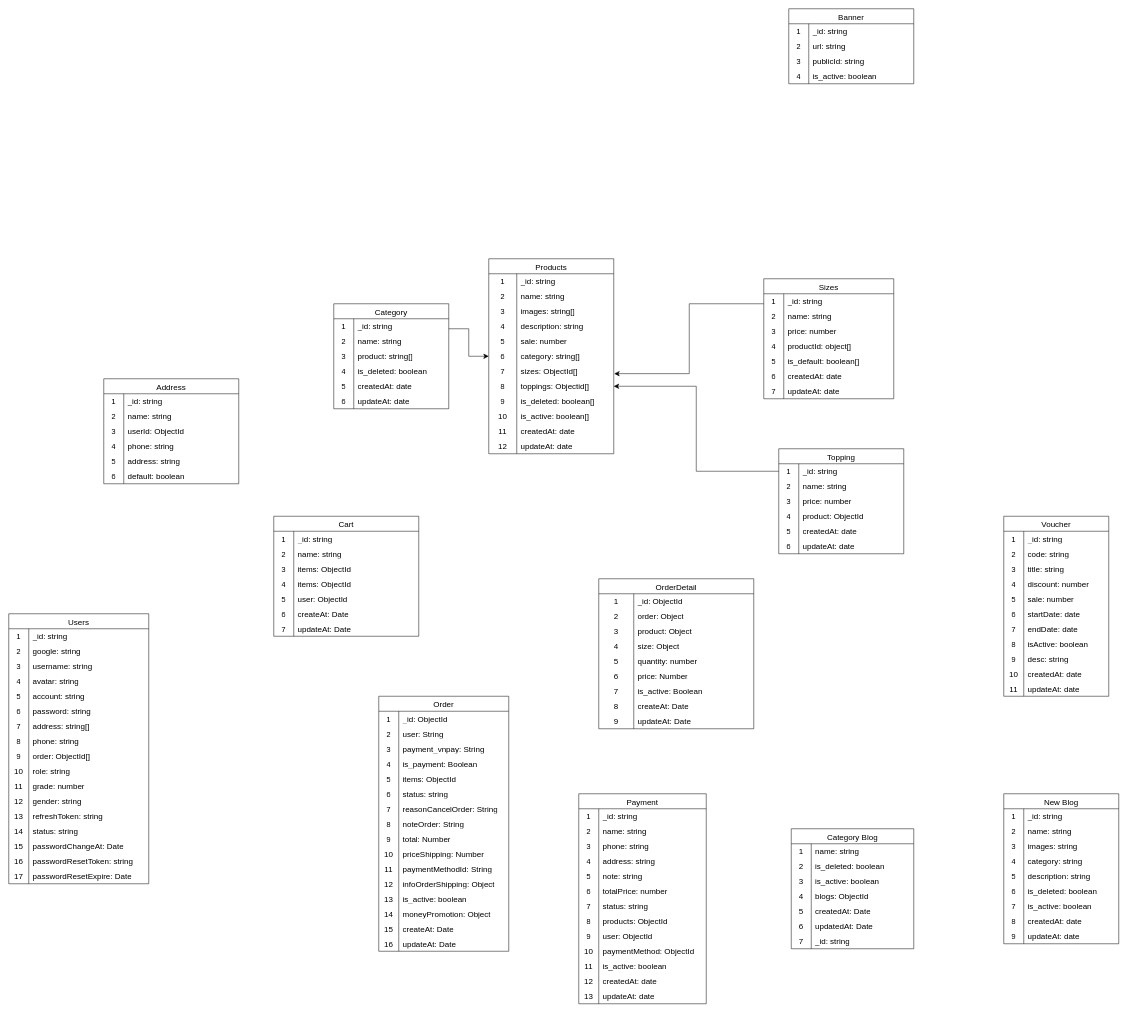
Before: da.drawio in dangtienhung/datn-admin-quan-ly-cua-hang, a draw.io diagram. Source tidied: cells renumbered, new cells numbered last; positions are measured from the earlier drawing's top-left corner, leaving out a move shared by most shapes. Both pictures are drawn from the tidied source at 50%, with x=0, y=0 at pixel (8, 8).
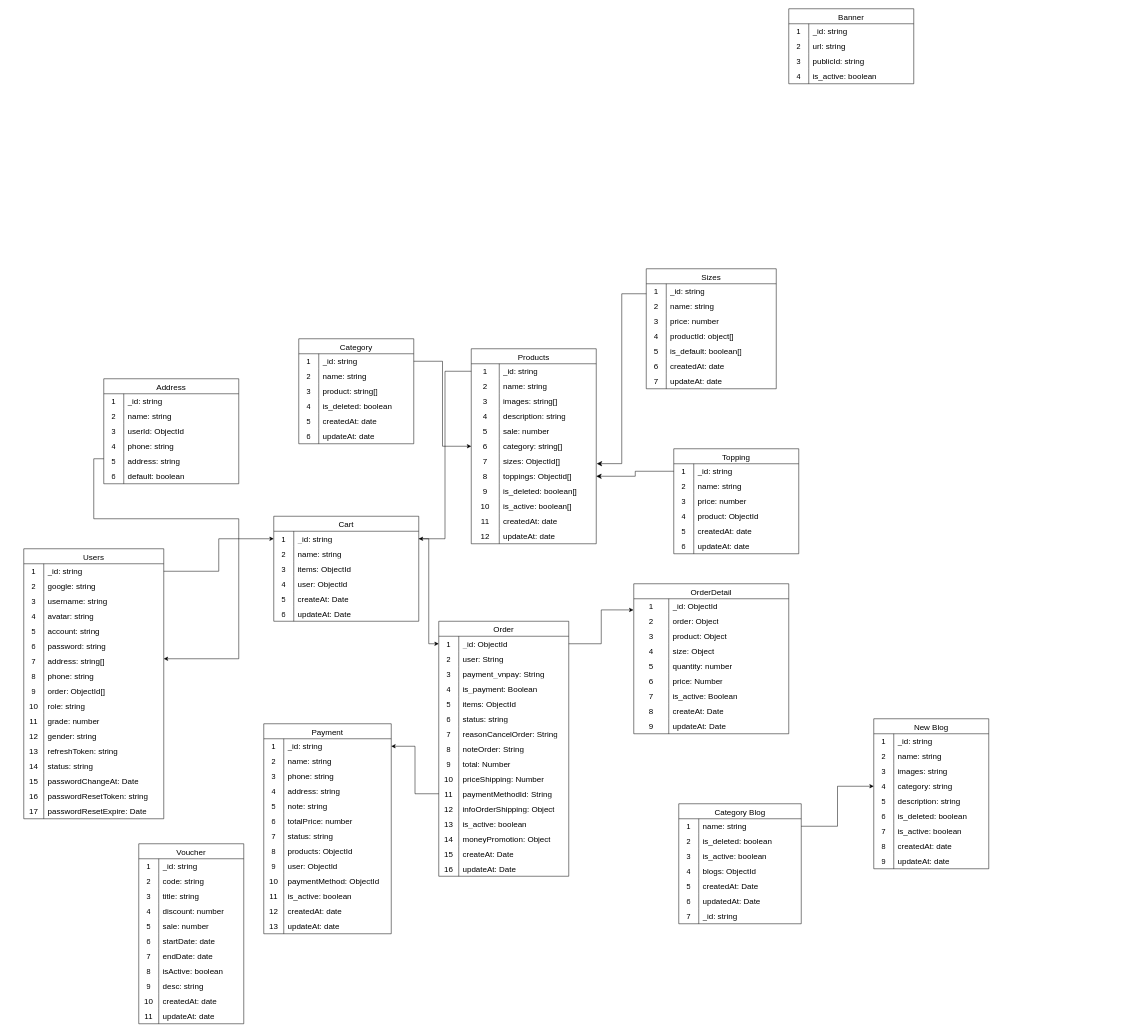
Above is the later version.

Commit message:
nối các quan hệ các bảng vào với nhau

The change refers to these unchanged cells:
```xml
<mxCell id="3" style="shape=tableRow;horizontal=0;startSize=0;swimlaneHead=0;swimlaneBody=0;top=0;left=0;bottom=0;right=0;fillColor=none;points=[[0,0.5],[1,0.5]];portConstraint=eastwest;strokeColor=inherit;fontSize=16;" parent="2" vertex="1">
  <mxGeometry y="30" width="230" height="30" as="geometry" />
</mxCell>
<mxCell id="22" style="shape=tableRow;horizontal=0;startSize=0;swimlaneHead=0;swimlaneBody=0;top=0;left=0;bottom=0;right=0;fillColor=none;points=[[0,0.5],[1,0.5]];portConstraint=eastwest;strokeColor=inherit;fontSize=16;" parent="21" vertex="1">
  <mxGeometry y="30" width="250" height="30" as="geometry" />
</mxCell>
<mxCell id="37" style="shape=tableRow;horizontal=0;startSize=0;swimlaneHead=0;swimlaneBody=0;top=0;left=0;bottom=0;right=0;fillColor=none;points=[[0,0.5],[1,0.5]];portConstraint=eastwest;strokeColor=inherit;fontSize=16;" parent="21" vertex="1">
  <mxGeometry y="180" width="250" height="30" as="geometry" />
</mxCell>
<mxCell id="103" style="shape=tableRow;horizontal=0;startSize=0;swimlaneHead=0;swimlaneBody=0;top=0;left=0;bottom=0;right=0;fillColor=none;points=[[0,0.5],[1,0.5]];portConstraint=eastwest;strokeColor=inherit;fontSize=16;" parent="102" vertex="1">
  <mxGeometry y="30" width="280" height="30" as="geometry" />
</mxCell>
<mxCell id="187" style="shape=tableRow;horizontal=0;startSize=0;swimlaneHead=0;swimlaneBody=0;top=0;left=0;bottom=0;right=0;fillColor=none;points=[[0,0.5],[1,0.5]];portConstraint=eastwest;strokeColor=inherit;fontSize=16;" parent="186" vertex="1">
  <mxGeometry y="30" width="290" height="30" as="geometry" />
</mxCell>
<mxCell id="209" style="shape=tableRow;horizontal=0;startSize=0;swimlaneHead=0;swimlaneBody=0;top=0;left=0;bottom=0;right=0;fillColor=none;points=[[0,0.5],[1,0.5]];portConstraint=eastwest;strokeColor=inherit;fontSize=16;" parent="208" vertex="1">
  <mxGeometry y="30" width="245" height="30" as="geometry" />
</mxCell>
<mxCell id="240" style="shape=tableRow;horizontal=0;startSize=0;swimlaneHead=0;swimlaneBody=0;top=0;left=0;bottom=0;right=0;fillColor=none;points=[[0,0.5],[1,0.5]];portConstraint=eastwest;strokeColor=inherit;fontSize=16;" parent="230" vertex="1">
  <mxGeometry y="120" width="230" height="30" as="geometry" />
</mxCell>
<mxCell id="259" style="shape=tableRow;horizontal=0;startSize=0;swimlaneHead=0;swimlaneBody=0;top=0;left=0;bottom=0;right=0;fillColor=none;points=[[0,0.5],[1,0.5]];portConstraint=eastwest;strokeColor=inherit;fontSize=16;" parent="258" vertex="1">
  <mxGeometry y="30" width="255" height="30" as="geometry" />
</mxCell>
<mxCell id="333" style="shape=tableRow;horizontal=0;startSize=0;swimlaneHead=0;swimlaneBody=0;top=0;left=0;bottom=0;right=0;fillColor=none;points=[[0,0.5],[1,0.5]];portConstraint=eastwest;strokeColor=inherit;fontSize=16;" parent="332" vertex="1">
  <mxGeometry y="30" width="260" height="30" as="geometry" />
</mxCell>
<mxCell id="363" style="shape=tableRow;horizontal=0;startSize=0;swimlaneHead=0;swimlaneBody=0;top=0;left=0;bottom=0;right=0;fillColor=none;points=[[0,0.5],[1,0.5]];portConstraint=eastwest;strokeColor=inherit;fontSize=16;" parent="332" vertex="1">
  <mxGeometry y="330" width="260" height="30" as="geometry" />
</mxCell>
<mxCell id="385" style="shape=tableRow;horizontal=0;startSize=0;swimlaneHead=0;swimlaneBody=0;top=0;left=0;bottom=0;right=0;fillColor=none;points=[[0,0.5],[1,0.5]];portConstraint=eastwest;strokeColor=inherit;fontSize=16;" parent="381" vertex="1">
  <mxGeometry y="60" width="310" height="30" as="geometry" />
</mxCell>
```

Diff of the diagram source:
```diff
@@
     <mxCell id="2" value="Category" style="shape=table;startSize=30;childLayout=tableLayout;rowLines=0;fontStyle=0;strokeColor=default;fontSize=16;" parent="1" vertex="1">
-      <mxGeometry x="650" y="590" width="230" height="210" as="geometry" />
+      <mxGeometry x="580" y="660" width="230" height="210" as="geometry" />
     </mxCell>
@@
     <mxCell id="21" value="Products" style="shape=table;startSize=30;childLayout=tableLayout;rowLines=0;fontStyle=0;strokeColor=default;fontSize=16;" parent="1" vertex="1">
-      <mxGeometry x="960" y="500" width="250" height="390" as="geometry" />
+      <mxGeometry x="925" y="680" width="250" height="390" as="geometry" />
     </mxCell>
@@
     <mxCell id="58" value="Sizes" style="shape=table;startSize=30;childLayout=tableLayout;rowLines=0;fontStyle=0;strokeColor=default;fontSize=16;" parent="1" vertex="1">
-      <mxGeometry x="1510" y="540" width="260" height="240" as="geometry" />
+      <mxGeometry x="1275" y="520" width="260" height="240" as="geometry" />
     </mxCell>
@@
     <mxCell id="80" value="Topping" style="shape=table;startSize=30;childLayout=tableLayout;rowLines=0;fontStyle=0;strokeColor=default;fontSize=16;" parent="1" vertex="1">
-      <mxGeometry x="1540" y="880" width="250" height="210" as="geometry" />
+      <mxGeometry x="1330" y="880" width="250" height="210" as="geometry" />
     </mxCell>
@@
-    <mxCell id="99" style="edgeStyle=elbowEdgeStyle;elbow=horizontal;endArrow=classic;html=1;curved=0;rounded=0;endSize=8;startSize=8;entryX=0;entryY=0.5;entryDx=0;entryDy=0;" parent="1" edge="1" target="37">
-      <mxGeometry relative="1" as="geometry">
-        <mxPoint x="880" y="640" as="sourcePoint" />
-      </mxGeometry>
-    </mxCell>
@@
     <mxCell id="102" value="Users" style="shape=table;startSize=30;childLayout=tableLayout;rowLines=0;fontStyle=0;strokeColor=default;fontSize=16;" parent="1" vertex="1">
-      <mxGeometry y="1210" width="280" height="540" as="geometry" />
+      <mxGeometry x="30" y="1080" width="280" height="540" as="geometry" />
     </mxCell>
@@
     <mxCell id="186" value="Cart" style="shape=table;startSize=30;childLayout=tableLayout;rowLines=0;fontStyle=0;strokeColor=default;fontSize=16;" parent="1" vertex="1">
-      <mxGeometry x="530" y="1015" width="290" height="240" as="geometry" />
+      <mxGeometry x="530" y="1015" width="290" height="210" as="geometry" />
     </mxCell>
@@
-    <mxCell id="193" style="shape=tableRow;horizontal=0;startSize=0;swimlaneHead=0;swimlaneBody=0;top=0;left=0;bottom=0;right=0;fillColor=none;strokeColor=inherit;fontSize=16;" parent="186" vertex="1">
-      <mxGeometry y="90" width="290" height="30" as="geometry" />
-    </mxCell>
-    <mxCell id="194" value="3" style="shape=partialRectangle;html=1;whiteSpace=wrap;fillColor=none;top=0;left=0;bottom=0;right=0;overflow=hidden;strokeColor=inherit;fontSize=16;" parent="193" vertex="1">
-      <mxGeometry width="40" height="30" as="geometry" />
-    </mxCell>
-    <mxCell id="195" value="items: ObjectId" style="shape=partialRectangle;html=1;whiteSpace=wrap;fillColor=none;top=0;left=0;bottom=0;right=0;align=left;spacingLeft=6;overflow=hidden;strokeColor=inherit;fontSize=16;" parent="193" vertex="1">
-      <mxGeometry x="40" width="250" height="30" as="geometry" />
-    </mxCell>
     <mxCell id="196" style="shape=tableRow;horizontal=0;startSize=0;swimlaneHead=0;swimlaneBody=0;top=0;left=0;bottom=0;right=0;fillColor=none;strokeColor=inherit;fontSize=16;" parent="186" vertex="1">
-      <mxGeometry y="120" width="290" height="30" as="geometry" />
+      <mxGeometry y="90" width="290" height="30" as="geometry" />
     </mxCell>
-    <mxCell id="197" value="4" style="shape=partialRectangle;html=1;whiteSpace=wrap;fillColor=none;top=0;left=0;bottom=0;right=0;overflow=hidden;strokeColor=inherit;fontSize=16;" parent="196" vertex="1">
+    <mxCell id="197" value="3" style="shape=partialRectangle;html=1;whiteSpace=wrap;fillColor=none;top=0;left=0;bottom=0;right=0;overflow=hidden;strokeColor=inherit;fontSize=16;" parent="196" vertex="1">
       <mxGeometry width="40" height="30" as="geometry" />
     </mxCell>
@@
     <mxCell id="199" style="shape=tableRow;horizontal=0;startSize=0;swimlaneHead=0;swimlaneBody=0;top=0;left=0;bottom=0;right=0;fillColor=none;strokeColor=inherit;fontSize=16;" parent="186" vertex="1">
-      <mxGeometry y="150" width="290" height="30" as="geometry" />
+      <mxGeometry y="120" width="290" height="30" as="geometry" />
     </mxCell>
-    <mxCell id="200" value="5" style="shape=partialRectangle;html=1;whiteSpace=wrap;fillColor=none;top=0;left=0;bottom=0;right=0;overflow=hidden;strokeColor=inherit;fontSize=16;" parent="199" vertex="1">
+    <mxCell id="200" value="4" style="shape=partialRectangle;html=1;whiteSpace=wrap;fillColor=none;top=0;left=0;bottom=0;right=0;overflow=hidden;strokeColor=inherit;fontSize=16;" parent="199" vertex="1">
       <mxGeometry width="40" height="30" as="geometry" />
     </mxCell>
@@
     <mxCell id="202" style="shape=tableRow;horizontal=0;startSize=0;swimlaneHead=0;swimlaneBody=0;top=0;left=0;bottom=0;right=0;fillColor=none;strokeColor=inherit;fontSize=16;" parent="186" vertex="1">
-      <mxGeometry y="180" width="290" height="30" as="geometry" />
+      <mxGeometry y="150" width="290" height="30" as="geometry" />
     </mxCell>
-    <mxCell id="203" value="6" style="shape=partialRectangle;html=1;whiteSpace=wrap;fillColor=none;top=0;left=0;bottom=0;right=0;overflow=hidden;strokeColor=inherit;fontSize=16;" parent="202" vertex="1">
+    <mxCell id="203" value="5" style="shape=partialRectangle;html=1;whiteSpace=wrap;fillColor=none;top=0;left=0;bottom=0;right=0;overflow=hidden;strokeColor=inherit;fontSize=16;" parent="202" vertex="1">
       <mxGeometry width="40" height="30" as="geometry" />
     </mxCell>
@@
     <mxCell id="205" style="shape=tableRow;horizontal=0;startSize=0;swimlaneHead=0;swimlaneBody=0;top=0;left=0;bottom=0;right=0;fillColor=none;strokeColor=inherit;fontSize=16;" parent="186" vertex="1">
-      <mxGeometry y="210" width="290" height="30" as="geometry" />
+      <mxGeometry y="180" width="290" height="30" as="geometry" />
     </mxCell>
-    <mxCell id="206" value="7" style="shape=partialRectangle;html=1;whiteSpace=wrap;fillColor=none;top=0;left=0;bottom=0;right=0;overflow=hidden;strokeColor=inherit;fontSize=16;" parent="205" vertex="1">
+    <mxCell id="206" value="6" style="shape=partialRectangle;html=1;whiteSpace=wrap;fillColor=none;top=0;left=0;bottom=0;right=0;overflow=hidden;strokeColor=inherit;fontSize=16;" parent="205" vertex="1">
       <mxGeometry width="40" height="30" as="geometry" />
     </mxCell>
@@
     <mxCell id="208" value="Category Blog" style="shape=table;startSize=30;childLayout=tableLayout;rowLines=0;fontStyle=0;strokeColor=default;fontSize=16;" parent="1" vertex="1">
-      <mxGeometry x="1565" y="1640" width="245" height="240" as="geometry" />
+      <mxGeometry x="1340" y="1590" width="245" height="240" as="geometry" />
     </mxCell>
@@
     <mxCell id="230" value="New Blog" style="shape=table;startSize=30;childLayout=tableLayout;rowLines=0;fontStyle=0;strokeColor=default;fontSize=16;" parent="1" vertex="1">
-      <mxGeometry x="1990" y="1570" width="230" height="300" as="geometry" />
+      <mxGeometry x="1730" y="1420" width="230" height="300" as="geometry" />
     </mxCell>
@@
     <mxCell id="258" value="Payment" style="shape=table;startSize=30;childLayout=tableLayout;rowLines=0;fontStyle=0;strokeColor=default;fontSize=16;" parent="1" vertex="1">
-      <mxGeometry x="1140" y="1570" width="255" height="420" as="geometry" />
+      <mxGeometry x="510" y="1430" width="255" height="420" as="geometry" />
     </mxCell>
@@
     <mxCell id="298" value="Voucher" style="shape=table;startSize=30;childLayout=tableLayout;rowLines=0;fontStyle=0;strokeColor=default;fontSize=16;" parent="1" vertex="1">
-      <mxGeometry x="1990" y="1015" width="210" height="360" as="geometry" />
+      <mxGeometry x="260" y="1670" width="210" height="360" as="geometry" />
     </mxCell>
@@
     <mxCell id="332" value="Order" style="shape=table;startSize=30;childLayout=tableLayout;rowLines=0;fontStyle=0;strokeColor=default;fontSize=16;" parent="1" vertex="1">
-      <mxGeometry x="740" y="1375" width="260" height="510" as="geometry" />
+      <mxGeometry x="860" y="1225" width="260" height="510" as="geometry" />
     </mxCell>
@@
     <mxCell id="381" value="OrderDetail" style="shape=table;startSize=30;childLayout=tableLayout;rowLines=0;fontStyle=0;strokeColor=default;fontSize=16;" parent="1" vertex="1">
-      <mxGeometry x="1180" y="1140" width="310" height="300" as="geometry" />
+      <mxGeometry x="1250" y="1150" width="310" height="300" as="geometry" />
     </mxCell>
@@
+    <mxCell id="409" style="edgeStyle=orthogonalEdgeStyle;rounded=0;orthogonalLoop=1;jettySize=auto;html=1;exitX=0;exitY=0.5;exitDx=0;exitDy=0;entryX=1;entryY=0.5;entryDx=0;entryDy=0;" parent="1" edge="1">
+      <mxGeometry relative="1" as="geometry">
+        <mxPoint x="190" y="900" as="sourcePoint" />
+        <mxPoint x="310" y="1300" as="targetPoint" />
+        <Array as="points">
+          <mxPoint x="170" y="900" />
+          <mxPoint x="170" y="1020" />
+          <mxPoint x="460" y="1020" />
+          <mxPoint x="460" y="1300" />
+        </Array>
+      </mxGeometry>
+    </mxCell>
+    <mxCell id="410" style="edgeStyle=orthogonalEdgeStyle;rounded=0;jettySize=auto;html=1;entryX=0;entryY=0.5;entryDx=0;entryDy=0;" parent="1" edge="1" source="103" target="187">
+      <mxGeometry relative="1" as="geometry" />
+    </mxCell>
+    <mxCell id="411" style="edgeStyle=orthogonalEdgeStyle;rounded=0;jettySize=auto;html=1;entryX=0;entryY=0.5;entryDx=0;entryDy=0;" parent="1" edge="1" source="3" target="37">
+      <mxGeometry relative="1" as="geometry" />
+    </mxCell>
+    <mxCell id="412" style="edgeStyle=orthogonalEdgeStyle;rounded=0;jettySize=auto;html=1;entryX=1;entryY=0.5;entryDx=0;entryDy=0;" parent="1" edge="1" source="22" target="187">
+      <mxGeometry relative="1" as="geometry" />
+    </mxCell>
+    <mxCell id="413" style="edgeStyle=orthogonalEdgeStyle;rounded=0;jettySize=auto;html=1;entryX=0;entryY=0.5;entryDx=0;entryDy=0;" parent="1" edge="1" source="187" target="333">
+      <mxGeometry relative="1" as="geometry" />
+    </mxCell>
+    <mxCell id="414" style="edgeStyle=orthogonalEdgeStyle;rounded=0;jettySize=auto;html=1;entryX=-0.002;entryY=-0.256;entryDx=0;entryDy=0;entryPerimeter=0;" parent="1" edge="1" source="333" target="385">
+      <mxGeometry relative="1" as="geometry" />
+    </mxCell>
+    <mxCell id="415" style="edgeStyle=orthogonalEdgeStyle;rounded=0;jettySize=auto;html=1;entryX=1;entryY=0.5;entryDx=0;entryDy=0;" parent="1" edge="1" source="363" target="259">
+      <mxGeometry relative="1" as="geometry" />
+    </mxCell>
+    <mxCell id="416" style="edgeStyle=orthogonalEdgeStyle;rounded=0;jettySize=auto;html=1;" parent="1" edge="1" source="209" target="240">
+      <mxGeometry relative="1" as="geometry" />
+    </mxCell>
```
